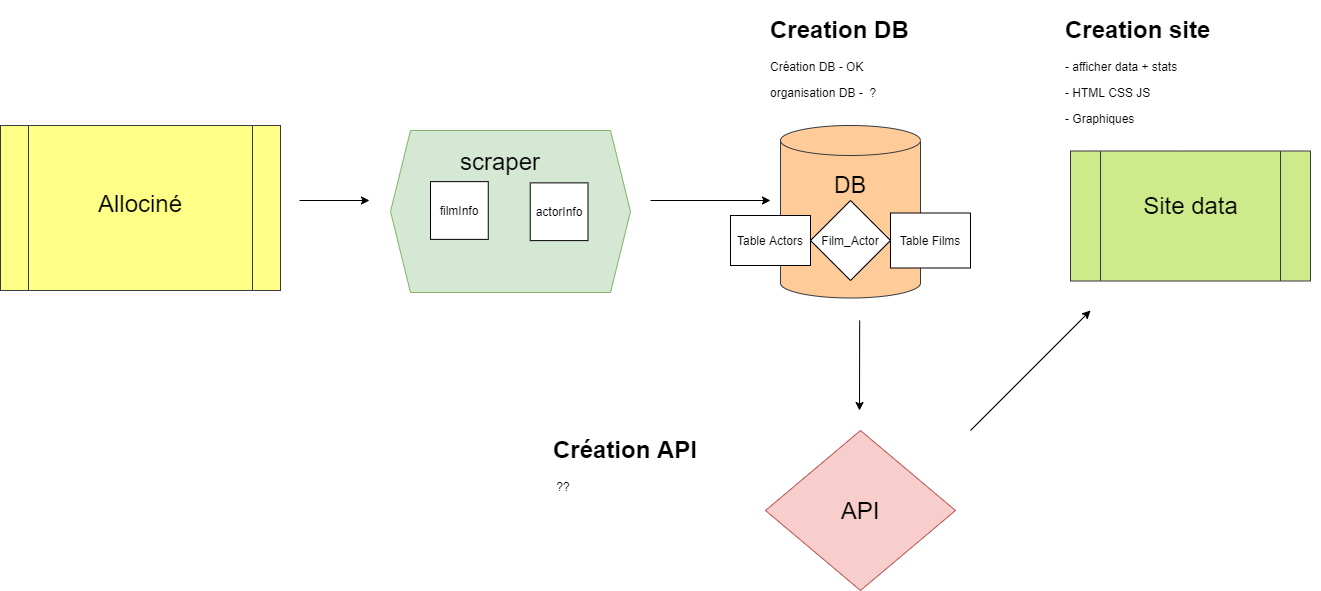
Earlier version of the draw.io export schema_système.png (ChloeRonteix/Projet_data_API.github.io). Source tidied: cells renumbered, new cells last; positions are measured from the earlier drawing's top-left corner, leaving out a move shared by most shapes.
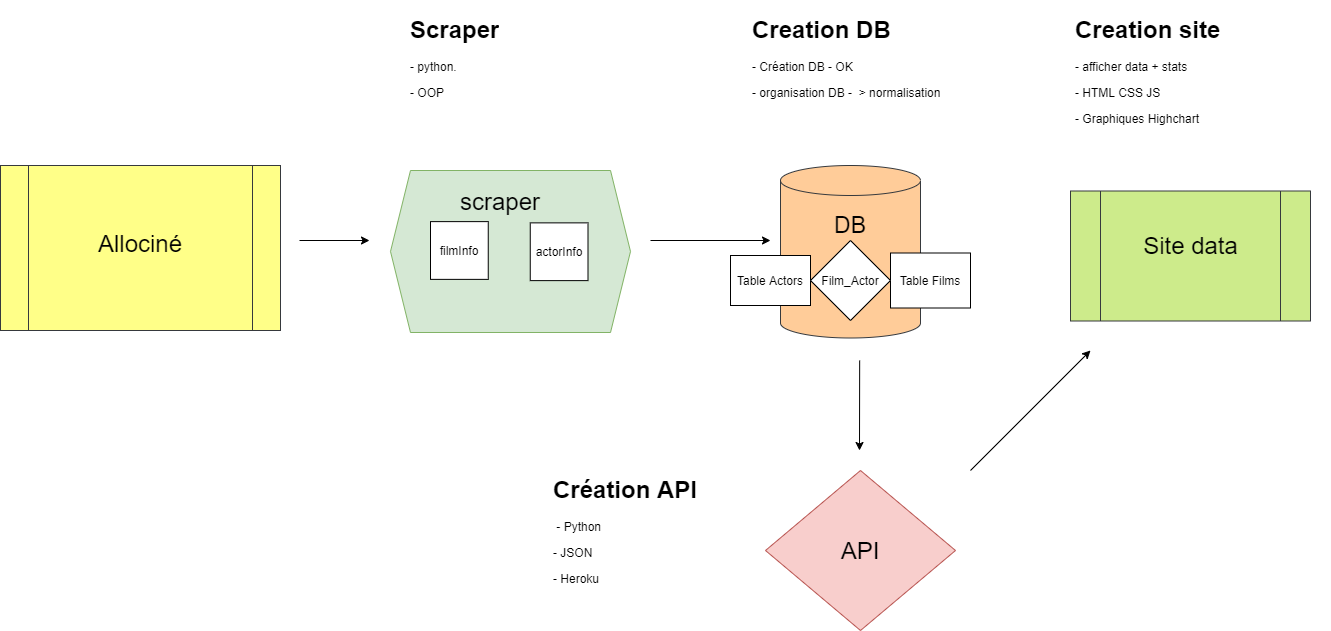
Later version of the same file.

The edit, as a diff of the source:
```diff
@@ -47,14 +47,14 @@
     <mxCell id="12" value="&lt;font style=&quot;font-size: 24px&quot;&gt;Site data&lt;/font&gt;" style="text;html=1;strokeColor=none;fillColor=none;align=center;verticalAlign=middle;whiteSpace=wrap;rounded=0;" parent="1" vertex="1">
       <mxGeometry x="1130.5" y="185" width="119" height="20" as="geometry" />
     </mxCell>
-    <mxCell id="13" value="&lt;h1&gt;Creation DB&lt;/h1&gt;&lt;p&gt;Création DB - OK&lt;/p&gt;&lt;p&gt;organisation DB -&amp;nbsp; ?&lt;/p&gt;&lt;p&gt;.&lt;/p&gt;" style="text;html=1;strokeColor=none;fillColor=none;spacing=5;spacingTop=-20;whiteSpace=wrap;overflow=hidden;rounded=0;" parent="1" vertex="1">
-      <mxGeometry x="765" width="240" height="90" as="geometry" />
+    <mxCell id="13" value="&lt;h1&gt;Creation DB&lt;/h1&gt;&lt;p&gt;- Création DB - OK&lt;/p&gt;&lt;p&gt;- organisation DB -&amp;nbsp; &amp;gt; normalisation&amp;nbsp;&lt;/p&gt;&lt;p&gt;- pg sql&amp;nbsp; AWS&amp;nbsp;&lt;/p&gt;&lt;p&gt;.&lt;/p&gt;" style="text;html=1;strokeColor=none;fillColor=none;spacing=5;spacingTop=-20;whiteSpace=wrap;overflow=hidden;rounded=0;" parent="1" vertex="1">
+      <mxGeometry x="747" y="-40" width="240" height="90" as="geometry" />
     </mxCell>
-    <mxCell id="14" value="&lt;h1&gt;Création API&lt;/h1&gt;&lt;p&gt;&amp;nbsp;??&lt;/p&gt;" style="text;html=1;strokeColor=none;fillColor=none;spacing=5;spacingTop=-20;whiteSpace=wrap;overflow=hidden;rounded=0;" parent="1" vertex="1">
-      <mxGeometry x="547.5" y="420" width="180" height="85" as="geometry" />
+    <mxCell id="14" value="&lt;h1&gt;Création API&lt;/h1&gt;&lt;p&gt;&amp;nbsp;- Python&amp;nbsp;&lt;/p&gt;&lt;p&gt;- JSON&lt;/p&gt;&lt;p&gt;- Heroku&lt;/p&gt;" style="text;html=1;strokeColor=none;fillColor=none;spacing=5;spacingTop=-20;whiteSpace=wrap;overflow=hidden;rounded=0;" parent="1" vertex="1">
+      <mxGeometry x="547.5" y="420" width="180" height="150" as="geometry" />
     </mxCell>
-    <mxCell id="15" value="&lt;h1&gt;Creation site&lt;/h1&gt;&lt;p&gt;- afficher data + stats&amp;nbsp;&lt;/p&gt;&lt;p&gt;- HTML CSS JS&lt;/p&gt;&lt;p&gt;- Graphiques&lt;/p&gt;&lt;p&gt;.&lt;/p&gt;" style="text;html=1;strokeColor=none;fillColor=none;spacing=5;spacingTop=-20;whiteSpace=wrap;overflow=hidden;rounded=0;" parent="1" vertex="1">
-      <mxGeometry x="1060" width="260" height="130" as="geometry" />
+    <mxCell id="15" value="&lt;h1&gt;Creation site&lt;/h1&gt;&lt;p&gt;- afficher data + stats&amp;nbsp;&lt;/p&gt;&lt;p&gt;- HTML CSS JS&lt;/p&gt;&lt;p&gt;- Graphiques Highchart&amp;nbsp;&lt;/p&gt;&lt;p&gt;.&lt;/p&gt;" style="text;html=1;strokeColor=none;fillColor=none;spacing=5;spacingTop=-20;whiteSpace=wrap;overflow=hidden;rounded=0;" parent="1" vertex="1">
+      <mxGeometry x="1070" y="-40" width="260" height="130" as="geometry" />
     </mxCell>
     <mxCell id="16" style="shape=hexagon;perimeter=hexagonPerimeter2;whiteSpace=wrap;html=1;fixedSize=1;fillColor=#d5e8d4;strokeColor=#82b366;" parent="1" vertex="1">
       <mxGeometry x="390" y="120" width="240" height="162" as="geometry" />
@@ -80,5 +80,8 @@
     <mxCell id="23" value="&lt;font style=&quot;font-size: 24px&quot;&gt;scraper&lt;/font&gt;" style="text;html=1;strokeColor=none;fillColor=none;align=center;verticalAlign=middle;whiteSpace=wrap;rounded=0;" parent="1" vertex="1">
       <mxGeometry x="480" y="140.5" width="40" height="20" as="geometry" />
     </mxCell>
+    <mxCell id="24" value="&lt;h1&gt;Scraper&lt;/h1&gt;&lt;p&gt;- python&lt;span&gt;.&lt;/span&gt;&lt;/p&gt;&lt;p&gt;&lt;span&gt;- OOP&lt;/span&gt;&lt;/p&gt;" style="text;html=1;strokeColor=none;fillColor=none;spacing=5;spacingTop=-20;whiteSpace=wrap;overflow=hidden;rounded=0;" parent="1" vertex="1">
+      <mxGeometry x="405" y="-40" width="190" height="120" as="geometry" />
+    </mxCell>
   </root>
 </mxGraphModel>
```
